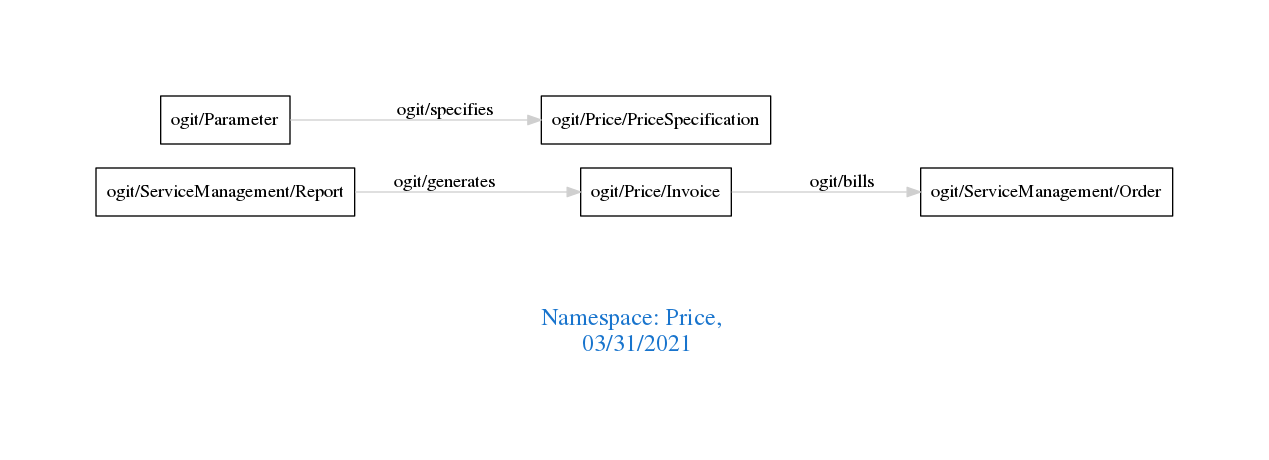
Earlier version of the Graphviz export downloads/Price.png (arago/OGIT). Its source is kept beside it as downloads/Price.dot.
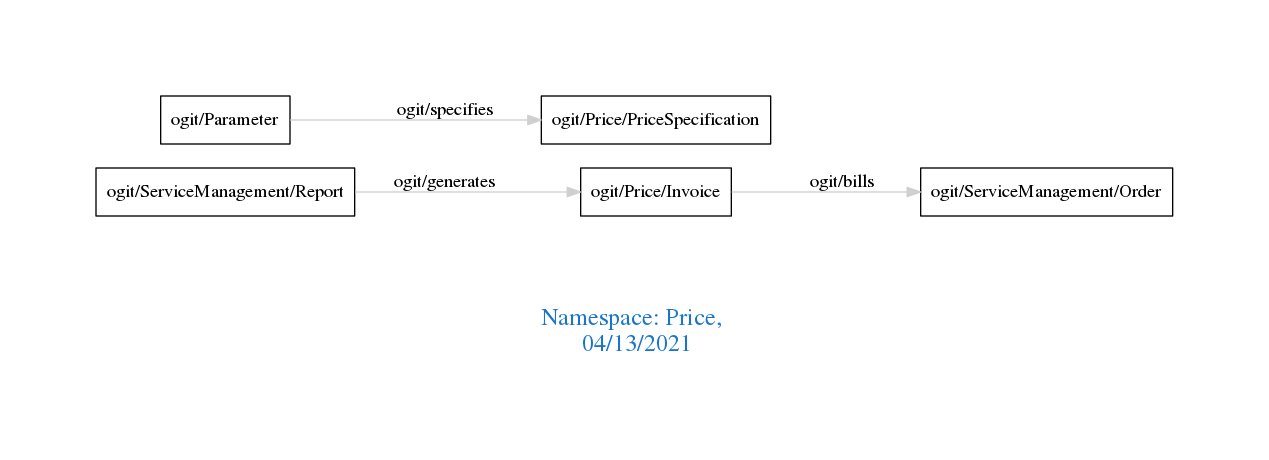
The same diagram one commit later.

Diff of the diagram source:
```diff
@@ -1,7 +1,7 @@
 digraph OGIT_ontology {
  graph [ rankdir= LR,pad=1
 fontsize = 18,
-fontcolor= dodgerblue3,label = "\n\n\nNamespace: Price, \n 03/31/2021"];
+fontcolor= dodgerblue3,label = "\n\n\nNamespace: Price, \n 04/13/2021"];
 node[shape=polygon];
 edge [  color="gray81"];
 
```
